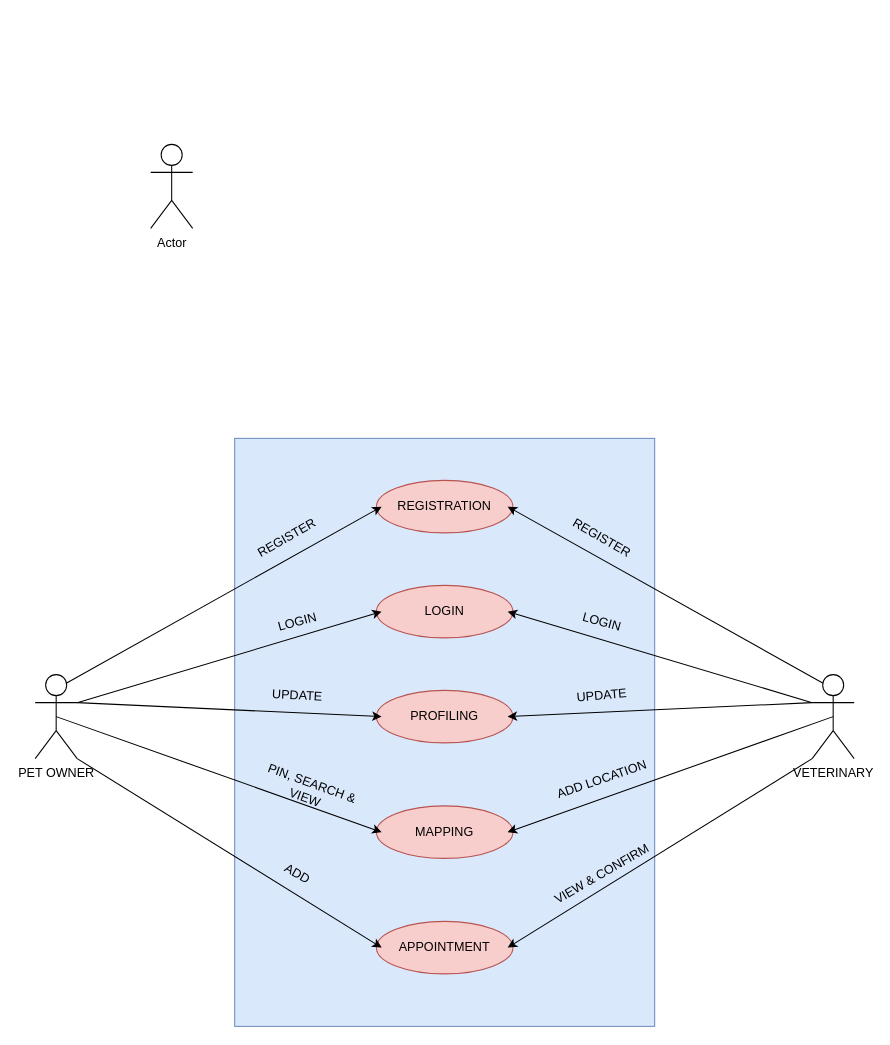
This is Group20_usecase.drawio from LANSiiibyte/Projectlansiii, a draw.io file, before an edit. Source tidied: cells renumbered, new cells numbered last; positions are measured from the earlier drawing's top-left corner, leaving out a move shared by most shapes. Both pictures are drawn from the tidied source at 105%, with x=0, y=0 at pixel (35, 144).
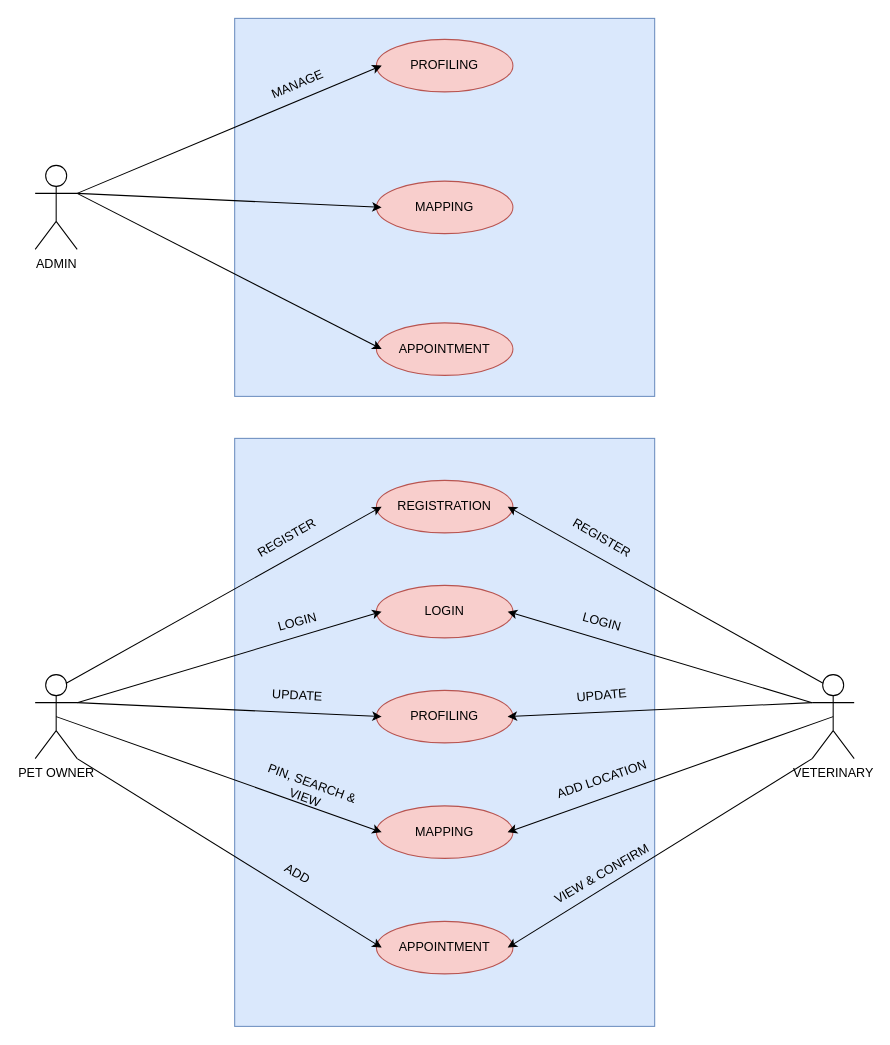
The same page after the edit.

Commit message:
USE_CASE

What changed in the source:
```diff
@@
-    <mxCell id="3" value="Actor" style="shape=umlActor;verticalLabelPosition=bottom;verticalAlign=top;html=1;outlineConnect=0;" parent="1" vertex="1">
-      <mxGeometry x="110" width="40" height="80" as="geometry" />
+    <mxCell id="3" value="ADMIN" style="shape=umlActor;verticalLabelPosition=bottom;verticalAlign=top;html=1;outlineConnect=0;" parent="1" vertex="1">
+      <mxGeometry y="20" width="40" height="80" as="geometry" />
     </mxCell>
@@
+    <mxCell id="36" style="rounded=0;whiteSpace=wrap;html=1;fillColor=#dae8fc;strokeColor=#6c8ebf;" parent="1" vertex="1">
+      <mxGeometry x="190" y="-120" width="400" height="360" as="geometry" />
+    </mxCell>
+    <mxCell id="37" style="ellipse;whiteSpace=wrap;html=1;fillColor=#f8cecc;strokeColor=#b85450;" parent="1" vertex="1">
+      <mxGeometry x="325" y="-100" width="130" height="50" as="geometry" />
+    </mxCell>
+    <mxCell id="38" value="PROFILING" style="text;html=1;align=center;verticalAlign=middle;whiteSpace=wrap;rounded=0;" parent="1" vertex="1">
+      <mxGeometry x="330" y="-90" width="120" height="30" as="geometry" />
+    </mxCell>
+    <mxCell id="39" style="ellipse;whiteSpace=wrap;html=1;fillColor=#f8cecc;strokeColor=#b85450;" parent="1" vertex="1">
+      <mxGeometry x="325" y="35" width="130" height="50" as="geometry" />
+    </mxCell>
+    <mxCell id="40" value="MAPPING" style="text;html=1;align=center;verticalAlign=middle;whiteSpace=wrap;rounded=0;" parent="1" vertex="1">
+      <mxGeometry x="330" y="45" width="120" height="30" as="geometry" />
+    </mxCell>
+    <mxCell id="41" style="ellipse;whiteSpace=wrap;html=1;fillColor=#f8cecc;strokeColor=#b85450;" parent="1" vertex="1">
+      <mxGeometry x="325" y="170" width="130" height="50" as="geometry" />
+    </mxCell>
+    <mxCell id="42" value="APPOINTMENT" style="text;html=1;align=center;verticalAlign=middle;whiteSpace=wrap;rounded=0;" parent="1" vertex="1">
+      <mxGeometry x="330" y="180" width="120" height="30" as="geometry" />
+    </mxCell>
+    <mxCell id="43" style="endArrow=classic;html=1;rounded=0;exitX=1;exitY=0.3333333333333333;exitDx=0;exitDy=0;exitPerimeter=0;entryX=0;entryY=0.5;entryDx=0;entryDy=0;" parent="1" edge="1" source="3" target="38">
+      <mxGeometry relative="1" as="geometry" />
+    </mxCell>
+    <mxCell id="44" style="endArrow=classic;html=1;rounded=0;exitX=1;exitY=0.3333333333333333;exitDx=0;exitDy=0;exitPerimeter=0;entryX=0;entryY=0.5;entryDx=0;entryDy=0;" parent="1" edge="1" source="3" target="40">
+      <mxGeometry relative="1" as="geometry" />
+    </mxCell>
+    <mxCell id="45" style="endArrow=classic;html=1;rounded=0;exitX=1;exitY=0.3333333333333333;exitDx=0;exitDy=0;exitPerimeter=0;entryX=0;entryY=0.5;entryDx=0;entryDy=0;" parent="1" edge="1" source="3" target="42">
+      <mxGeometry relative="1" as="geometry" />
+    </mxCell>
+    <mxCell id="46" value="MANAGE" style="text;html=1;align=center;verticalAlign=middle;whiteSpace=wrap;rounded=0;rotation=-23;" parent="1" vertex="1">
+      <mxGeometry x="190" y="-72" width="120" height="30" as="geometry" />
+    </mxCell>
```
